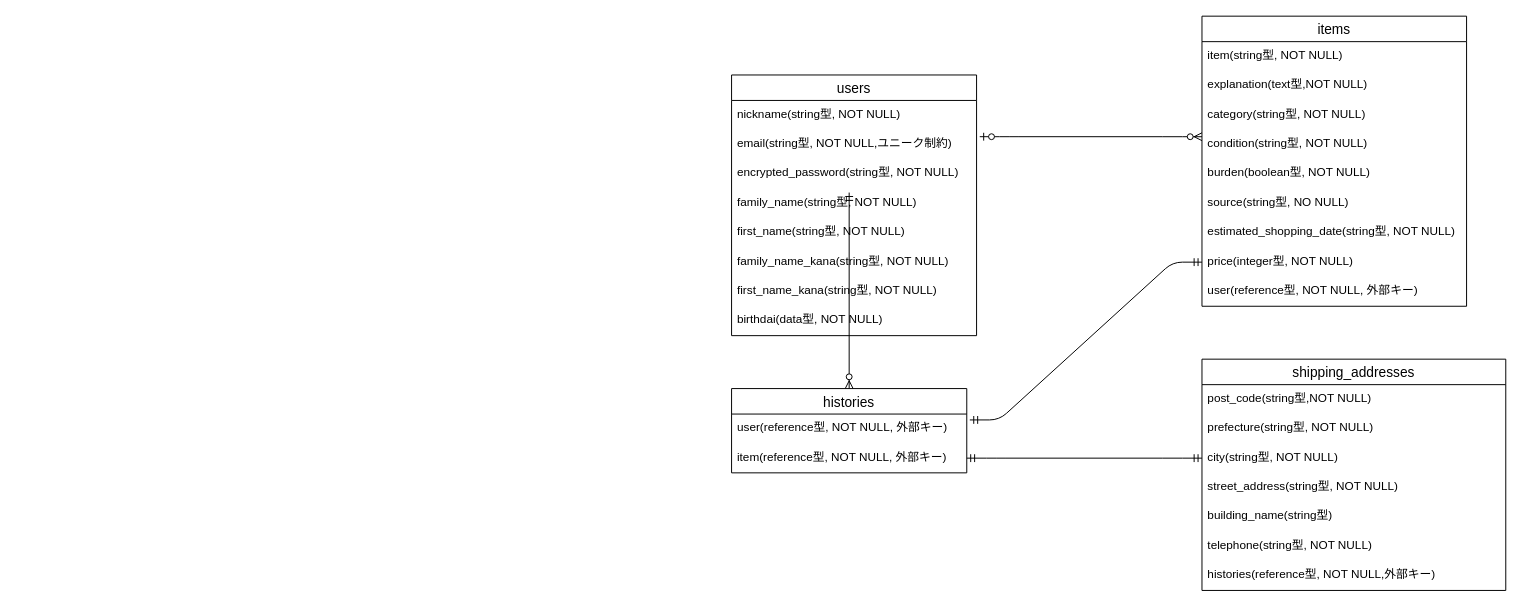
Above: furima.dio in tukadai1226/furima-39945 (draw.io), before the change. Source tidied: cells renumbered, new cells numbered last; positions are measured from the earlier drawing's top-left corner, leaving out a move shared by most shapes. Both pictures are drawn from the tidied source at 98%, with x=0, y=0 at pixel (731, 16).
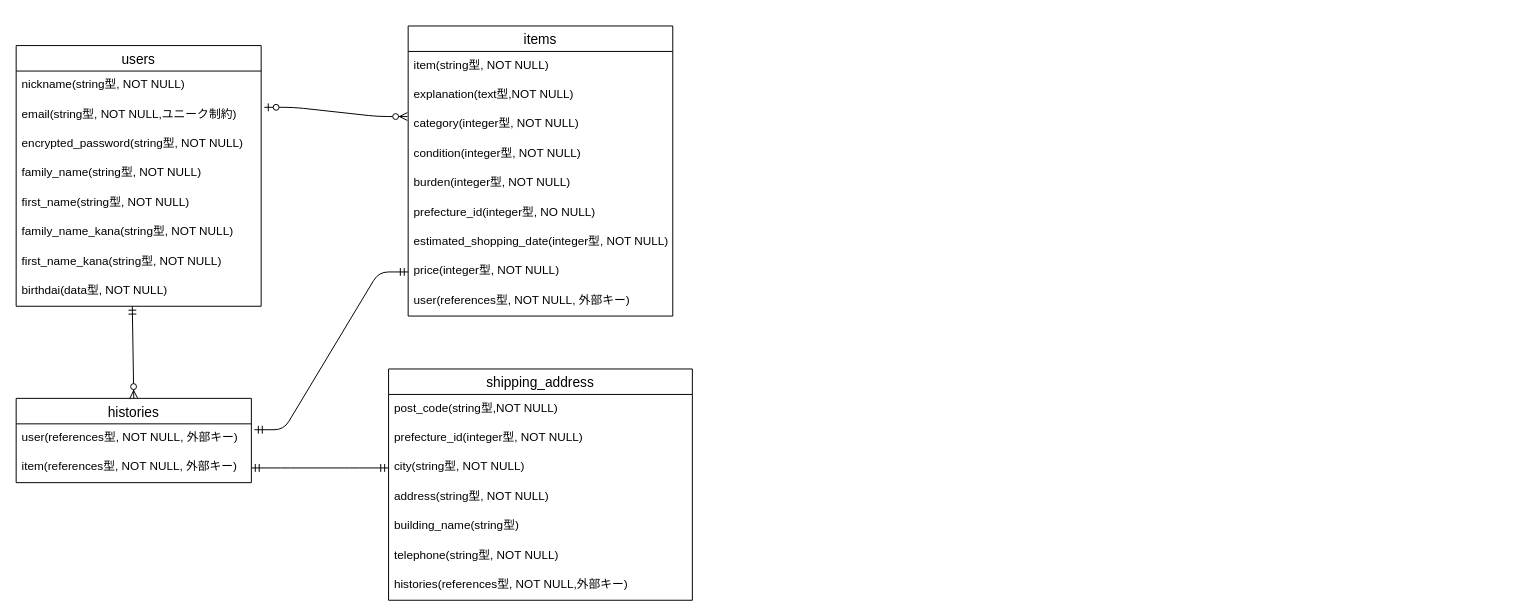
After the change.

Commit message (it also covers changes not shown here):
ER図およびREADMEに設計情報の記入の修正

The change refers to these unchanged cells:
```xml
<mxCell id="4" value="email(string型, NOT NULL,ユニーク制約)" style="text;strokeColor=none;fillColor=none;spacingLeft=4;spacingRight=4;overflow=hidden;points=[[0,0.5],[1,0.5]];portConstraint=eastwest;fontSize=12;" parent="2" vertex="1">
  <mxGeometry y="56" width="250" height="30" as="geometry" />
</mxCell>
<mxCell id="11" value="birthdai(data型, NOT NULL)" style="text;strokeColor=none;fillColor=none;spacingLeft=4;spacingRight=4;overflow=hidden;points=[[0,0.5],[1,0.5]];portConstraint=eastwest;fontSize=12;" parent="2" vertex="1">
  <mxGeometry y="236" width="250" height="30" as="geometry" />
</mxCell>
```

What changed in the source:
```diff
@@
     <mxCell id="2" value="users" style="swimlane;fontStyle=0;horizontal=1;startSize=26;align=center;fontSize=14;" parent="1" vertex="1">
-      <mxGeometry y="60" width="250" height="266" as="geometry" />
+      <mxGeometry x="-730" y="30" width="250" height="266" as="geometry" />
     </mxCell>
@@
     <mxCell id="12" value="items" style="swimlane;fontStyle=0;horizontal=1;startSize=26;align=center;fontSize=14;" parent="1" vertex="1">
-      <mxGeometry x="480" width="270" height="296" as="geometry" />
+      <mxGeometry x="-330" y="10" width="270" height="296" as="geometry" />
     </mxCell>
@@
-    <mxCell id="15" value="category(string型, NOT NULL)" style="text;strokeColor=none;fillColor=none;spacingLeft=4;spacingRight=4;overflow=hidden;points=[[0,0.5],[1,0.5]];portConstraint=eastwest;fontSize=12;" parent="12" vertex="1">
+    <mxCell id="15" value="category(integer型, NOT NULL)" style="text;strokeColor=none;fillColor=none;spacingLeft=4;spacingRight=4;overflow=hidden;points=[[0,0.5],[1,0.5]];portConstraint=eastwest;fontSize=12;" parent="12" vertex="1">
       <mxGeometry y="86" width="270" height="30" as="geometry" />
     </mxCell>
-    <mxCell id="16" value="condition(string型, NOT NULL)" style="text;strokeColor=none;fillColor=none;spacingLeft=4;spacingRight=4;overflow=hidden;fontSize=12;" parent="12" vertex="1">
+    <mxCell id="16" value="condition(integer型, NOT NULL)" style="text;strokeColor=none;fillColor=none;spacingLeft=4;spacingRight=4;overflow=hidden;fontSize=12;" parent="12" vertex="1">
       <mxGeometry y="116" width="270" height="30" as="geometry" />
     </mxCell>
-    <mxCell id="17" value="burden(boolean型, NOT NULL)" style="text;strokeColor=none;fillColor=none;spacingLeft=4;spacingRight=4;overflow=hidden;fontSize=12;" parent="12" vertex="1">
-      <mxGeometry y="146" width="270" height="30" as="geometry" />
-    </mxCell>
+    <mxCell id="37" value="burden(integer型, NOT NULL)" style="text;strokeColor=none;fillColor=none;spacingLeft=4;spacingRight=4;overflow=hidden;fontSize=12;" parent="12" vertex="1">
+      <mxGeometry y="146" width="270" height="30" as="geometry" />
+    </mxCell>
-    <mxCell id="18" value="source(string型, NO NULL)" style="text;strokeColor=none;fillColor=none;spacingLeft=4;spacingRight=4;overflow=hidden;fontSize=12;" parent="12" vertex="1">
+    <mxCell id="18" value="prefecture_id(integer型, NO NULL)" style="text;strokeColor=none;fillColor=none;spacingLeft=4;spacingRight=4;overflow=hidden;fontSize=12;" parent="12" vertex="1">
       <mxGeometry y="176" width="270" height="30" as="geometry" />
     </mxCell>
-    <mxCell id="19" value="estimated_shopping_date(string型, NOT NULL)" style="text;strokeColor=none;fillColor=none;spacingLeft=4;spacingRight=4;overflow=hidden;fontSize=12;" parent="12" vertex="1">
+    <mxCell id="19" value="estimated_shopping_date(integer型, NOT NULL)" style="text;strokeColor=none;fillColor=none;spacingLeft=4;spacingRight=4;overflow=hidden;fontSize=12;" parent="12" vertex="1">
       <mxGeometry y="206" width="270" height="30" as="geometry" />
     </mxCell>
@@
-    <mxCell id="21" value="user(reference型, NOT NULL, 外部キー)" style="text;strokeColor=none;fillColor=none;spacingLeft=4;spacingRight=4;overflow=hidden;fontSize=12;" parent="12" vertex="1">
+    <mxCell id="21" value="user(references型, NOT NULL, 外部キー)" style="text;strokeColor=none;fillColor=none;spacingLeft=4;spacingRight=4;overflow=hidden;fontSize=12;" parent="12" vertex="1">
       <mxGeometry y="266" width="270" height="30" as="geometry" />
     </mxCell>
     <mxCell id="22" value="histories" style="swimlane;fontStyle=0;horizontal=1;startSize=26;align=center;fontSize=14;" parent="1" vertex="1">
-      <mxGeometry y="380" width="240" height="86" as="geometry" />
+      <mxGeometry x="-730" y="390" width="240" height="86" as="geometry" />
     </mxCell>
-    <mxCell id="23" value="user(reference型, NOT NULL, 外部キー)" style="text;strokeColor=none;fillColor=none;spacingLeft=4;spacingRight=4;overflow=hidden;points=[[0,0.5],[1,0.5]];portConstraint=eastwest;fontSize=12;" parent="22" vertex="1">
+    <mxCell id="23" value="user(references型, NOT NULL, 外部キー)" style="text;strokeColor=none;fillColor=none;spacingLeft=4;spacingRight=4;overflow=hidden;points=[[0,0.5],[1,0.5]];portConstraint=eastwest;fontSize=12;" parent="22" vertex="1">
       <mxGeometry y="26" width="240" height="30" as="geometry" />
     </mxCell>
-    <mxCell id="24" value="item(reference型, NOT NULL, 外部キー)" style="text;strokeColor=none;fillColor=none;spacingLeft=4;spacingRight=4;overflow=hidden;points=[[0,0.5],[1,0.5]];portConstraint=eastwest;fontSize=12;" parent="22" vertex="1">
+    <mxCell id="24" value="item(references型, NOT NULL, 外部キー)" style="text;strokeColor=none;fillColor=none;spacingLeft=4;spacingRight=4;overflow=hidden;points=[[0,0.5],[1,0.5]];portConstraint=eastwest;fontSize=12;" parent="22" vertex="1">
       <mxGeometry y="56" width="240" height="30" as="geometry" />
     </mxCell>
-    <mxCell id="25" value="shipping_addresses" style="swimlane;fontStyle=0;horizontal=1;startSize=26;align=center;fontSize=14;" parent="1" vertex="1">
-      <mxGeometry x="480" y="350" width="310" height="236" as="geometry" />
+    <mxCell id="25" value="shipping_address" style="swimlane;fontStyle=0;horizontal=1;startSize=26;align=center;fontSize=14;" parent="1" vertex="1">
+      <mxGeometry x="-350" y="360" width="310" height="236" as="geometry" />
     </mxCell>
@@
-    <mxCell id="27" value="prefecture(string型, NOT NULL)" style="text;strokeColor=none;fillColor=none;spacingLeft=4;spacingRight=4;overflow=hidden;fontSize=12;" parent="25" vertex="1">
+    <mxCell id="27" value="prefecture_id(integer型, NOT NULL)" style="text;strokeColor=none;fillColor=none;spacingLeft=4;spacingRight=4;overflow=hidden;fontSize=12;" parent="25" vertex="1">
       <mxGeometry y="56" width="310" height="30" as="geometry" />
     </mxCell>
@@
-    <mxCell id="29" value="street_address(string型, NOT NULL)" style="text;strokeColor=none;fillColor=none;spacingLeft=4;spacingRight=4;overflow=hidden;fontSize=12;" parent="25" vertex="1">
+    <mxCell id="29" value="address(string型, NOT NULL)" style="text;strokeColor=none;fillColor=none;spacingLeft=4;spacingRight=4;overflow=hidden;fontSize=12;" parent="25" vertex="1">
       <mxGeometry y="116" width="310" height="30" as="geometry" />
     </mxCell>
@@
-    <mxCell id="32" value="histories(reference型, NOT NULL,外部キー)" style="text;strokeColor=none;fillColor=none;spacingLeft=4;spacingRight=4;overflow=hidden;fontSize=12;" parent="25" vertex="1">
+    <mxCell id="32" value="histories(references型, NOT NULL,外部キー)" style="text;strokeColor=none;fillColor=none;spacingLeft=4;spacingRight=4;overflow=hidden;fontSize=12;" parent="25" vertex="1">
       <mxGeometry y="206" width="310" height="30" as="geometry" />
     </mxCell>
@@
-    <mxCell id="34" style="fontSize=12;html=1;endArrow=ERzeroToMany;startArrow=ERmandOne;entryX=0.5;entryY=0;entryDx=0;entryDy=0;" parent="1" edge="1" target="22">
-      <mxGeometry relative="1" as="geometry">
-        <mxPoint x="120" y="180" as="sourcePoint" />
-      </mxGeometry>
+    <mxCell id="34" style="fontSize=12;html=1;endArrow=ERzeroToMany;startArrow=ERmandOne;entryX=0.5;entryY=0;entryDx=0;entryDy=0;exitX=0.474;exitY=1;exitDx=0;exitDy=0;exitPerimeter=0;" parent="1" edge="1" source="11" target="22">
+      <mxGeometry relative="1" as="geometry" />
     </mxCell>
-    <mxCell id="35" style="edgeStyle=entityRelationEdgeStyle;fontSize=12;html=1;endArrow=ERzeroToMany;startArrow=ERzeroToOne;exitX=1.013;exitY=0.233;exitDx=0;exitDy=0;exitPerimeter=0;" parent="1" edge="1" source="4">
-      <mxGeometry relative="1" as="geometry">
-        <mxPoint x="480" y="123" as="targetPoint" />
-      </mxGeometry>
+    <mxCell id="35" style="edgeStyle=entityRelationEdgeStyle;fontSize=12;html=1;endArrow=ERzeroToMany;startArrow=ERzeroToOne;exitX=1.013;exitY=0.233;exitDx=0;exitDy=0;exitPerimeter=0;entryX=-0.003;entryY=0.214;entryDx=0;entryDy=0;entryPerimeter=0;" parent="1" edge="1" source="4" target="15">
+      <mxGeometry relative="1" as="geometry" />
     </mxCell>
```
